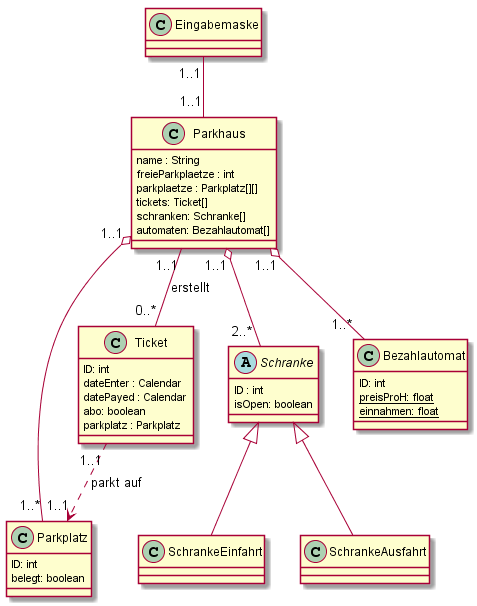
Earlier version of the PlantUML export UML/Class_Diagram.png (sheepy18/Digital_Parkhaus).
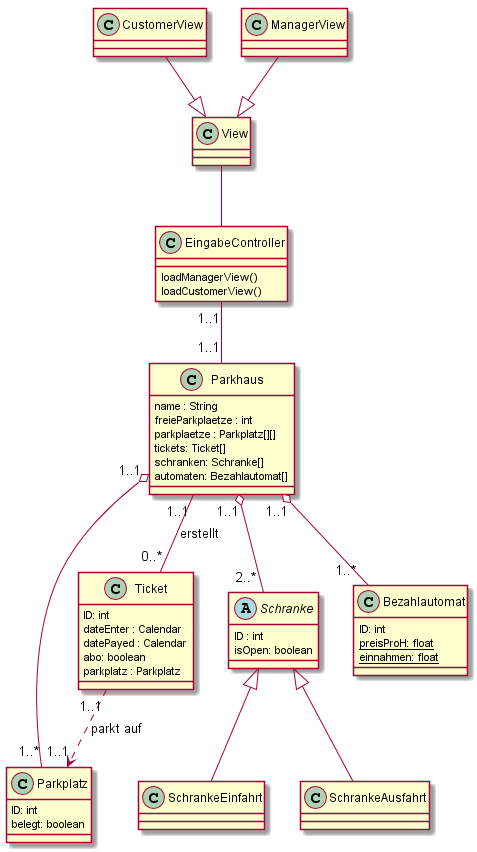
The same file after the commit.

Commit message:
Klassendiagramm: MVC

What changed in the source:
```diff
@@ -1,5 +1,13 @@
 @startuml
-class Eingabemaske {
+class View{
+}
+class ManagerView{
+}
+class CustomerView{
+}
+class EingabeController {
+	loadManagerView()
+	loadCustomerView()
 }
 class Parkhaus {
   name : String
@@ -34,7 +42,10 @@
      ID: int
      belegt: boolean
 }
-Eingabemaske "1..1" -- "1..1" Parkhaus
+View <|-up- ManagerView
+View <|-up- CustomerView
+EingabeController -up- View
+EingabeController "1..1" -- "1..1" Parkhaus
 Parkhaus "1..1" -- "0..*" Ticket: erstellt
 Parkhaus  "1..1" o--  "2..* " Schranke
 Parkhaus  "1..1" o--  "1..* " Bezahlautomat
```
